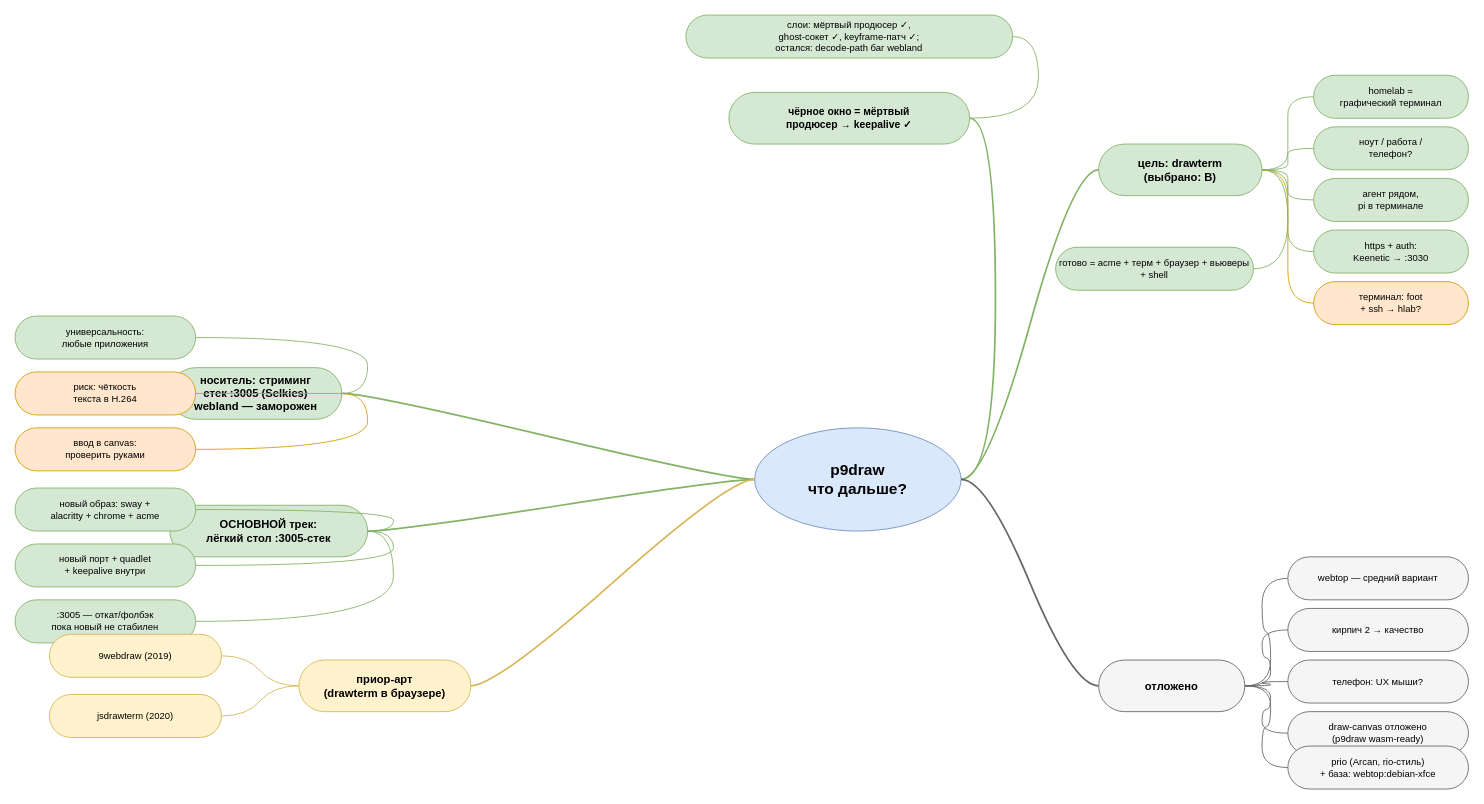
Above: docs/grill/p9draw-plan.drawio in e4779/p9draw (draw.io), before the change. Source tidied: cells renumbered, new cells numbered last; positions are measured from the earlier drawing's top-left corner, leaving out a move shared by most shapes. Both pictures are drawn from the tidied source at 86%, with x=0, y=0 at pixel (15, 15).
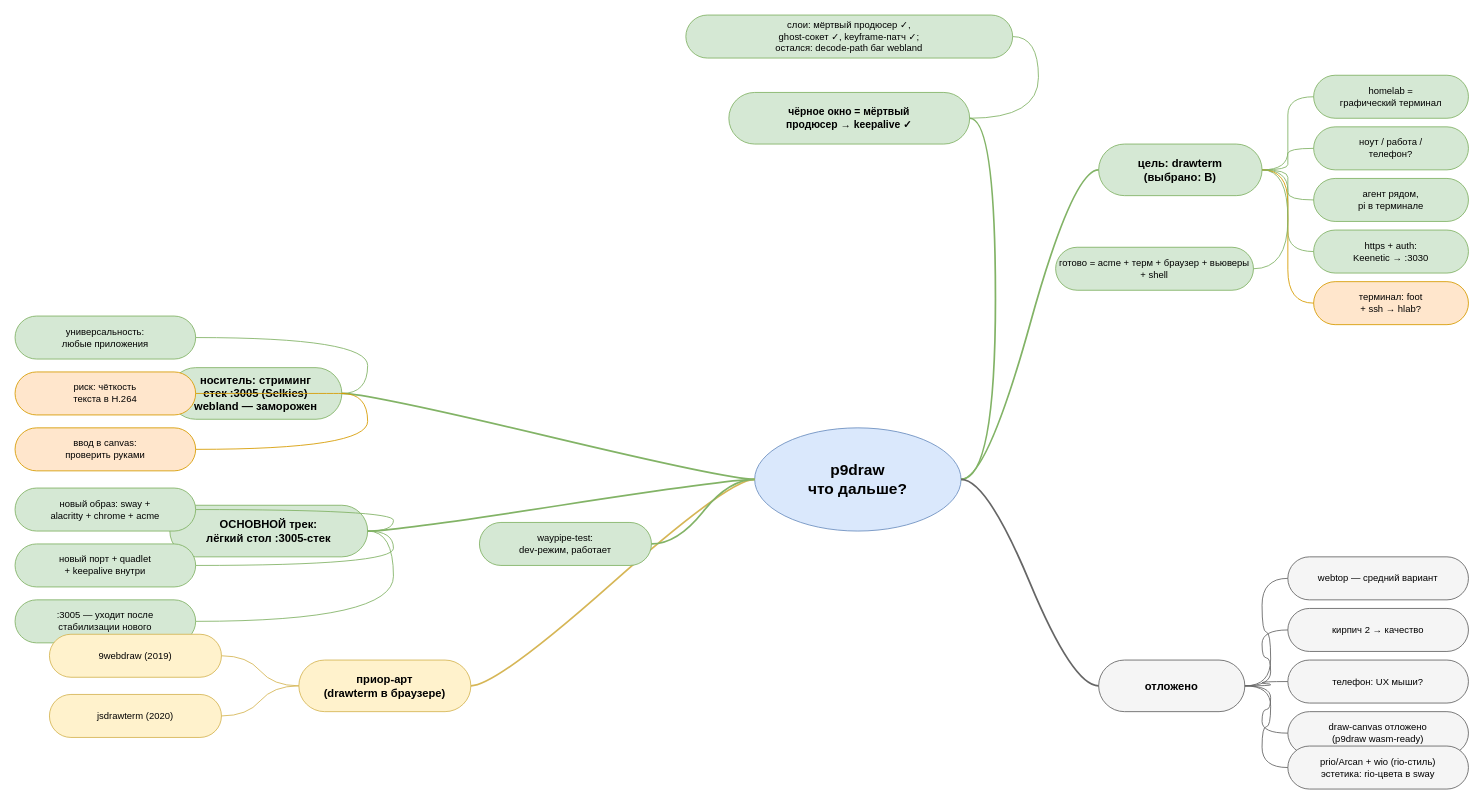
The same diagram, later.

Commit message:
docs(grill): waypipe dev-track green, :3005 retires after new desk stabilizes

Unchanged cells that the change refers to:
```xml
<mxCell id="2" value="p9draw&#10;что дальше?" style="ellipse;whiteSpace=wrap;html=1;fillColor=#dae8fc;strokeColor=#6c8ebf;fontSize=18;fontStyle=1;verticalAlign=middle;" parent="1" vertex="1">
  <mxGeometry x="860" y="480" width="240" height="120" as="geometry" />
</mxCell>
```

Diff of the diagram source:
```diff
@@
-    <mxCell id="19" value=":3005 — откат/фолбэк&#10;пока новый не стабилен" style="rounded=1;arcSize=50;whiteSpace=wrap;html=1;fillColor=#d5e8d4;strokeColor=#82b366;fontSize=11;" parent="1" vertex="1">
+    <mxCell id="19" value=":3005 — уходит после&#10;стабилизации нового" style="rounded=1;arcSize=50;whiteSpace=wrap;html=1;fillColor=#d5e8d4;strokeColor=#82b366;fontSize=11;" parent="1" vertex="1">
       <mxGeometry y="680" width="210" height="50" as="geometry" />
     </mxCell>
@@
+    <mxCell id="55" value="waypipe-test:&#10;dev-режим, работает" style="rounded=1;arcSize=50;whiteSpace=wrap;html=1;fillColor=#d5e8d4;strokeColor=#82b366;fontSize=11;" parent="1" vertex="1">
+      <mxGeometry x="540" y="590" width="200" height="50" as="geometry" />
+    </mxCell>
+    <mxCell id="56" style="edgeStyle=entityRelationEdgeStyle;curved=1;html=1;endArrow=none;strokeColor=#82b366;strokeWidth=2;" parent="1" edge="1" source="2" target="55">
+      <mxGeometry relative="1" as="geometry" />
+    </mxCell>
-    <mxCell id="53" value="prio (Arcan, rio-стиль)&#10;+ база: webtop:debian-xfce" style="rounded=1;arcSize=50;whiteSpace=wrap;html=1;fillColor=#f5f5f5;strokeColor=#666666;fontSize=11;" parent="1" vertex="1">
+    <mxCell id="53" value="prio/Arcan + wio (rio-стиль)&#10;эстетика: rio-цвета в sway" style="rounded=1;arcSize=50;whiteSpace=wrap;html=1;fillColor=#f5f5f5;strokeColor=#666666;fontSize=11;" parent="1" vertex="1">
       <mxGeometry x="1480" y="850" width="210" height="50" as="geometry" />
     </mxCell>
```
